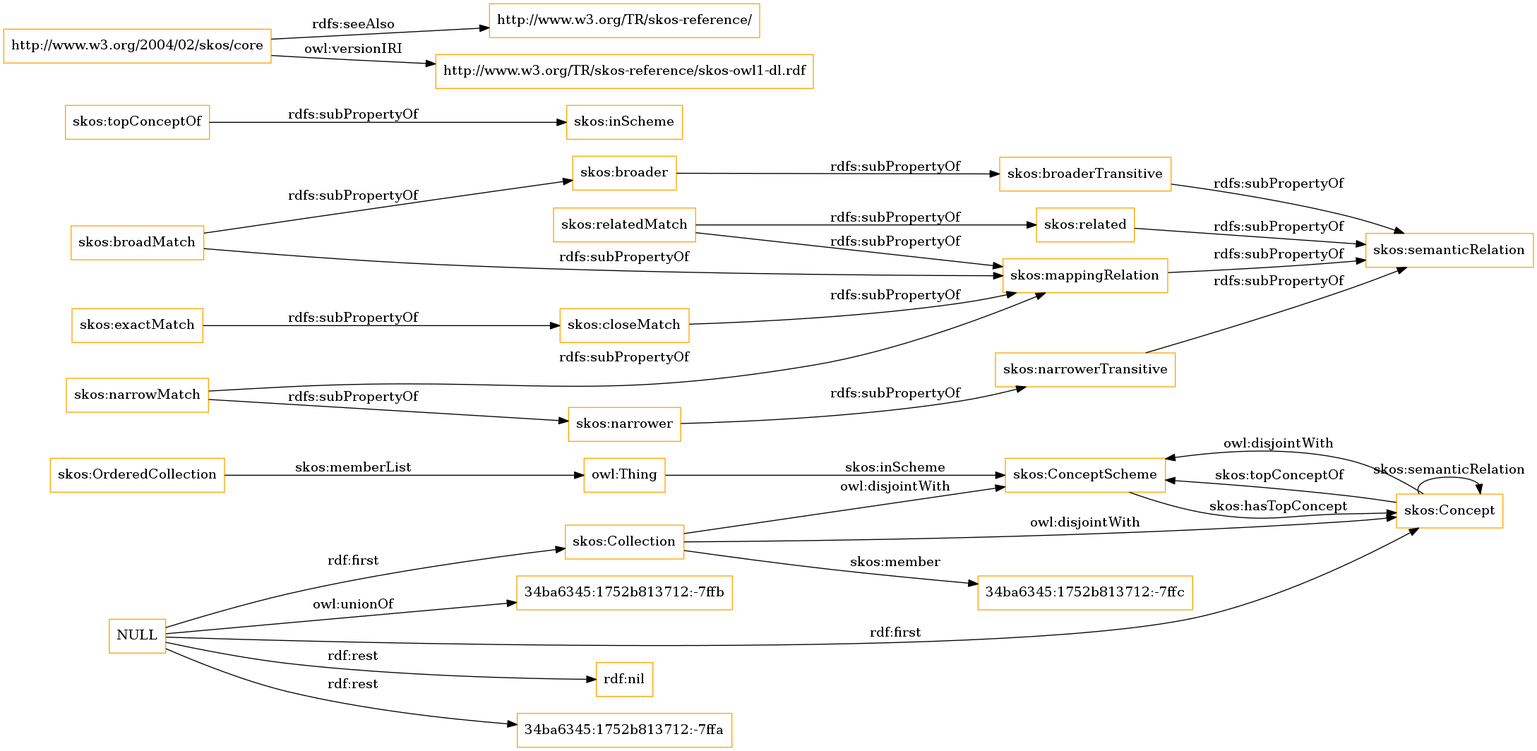
Earlier version of the Graphviz export OnToology/imports/skos.owl/diagrams/ar2dtool-class/skos.owl.png (OnToologyUser/core-ontology-1). Its source is kept beside it as OnToology/imports/skos.owl/diagrams/ar2dtool-class/skos.owl.png.dot.
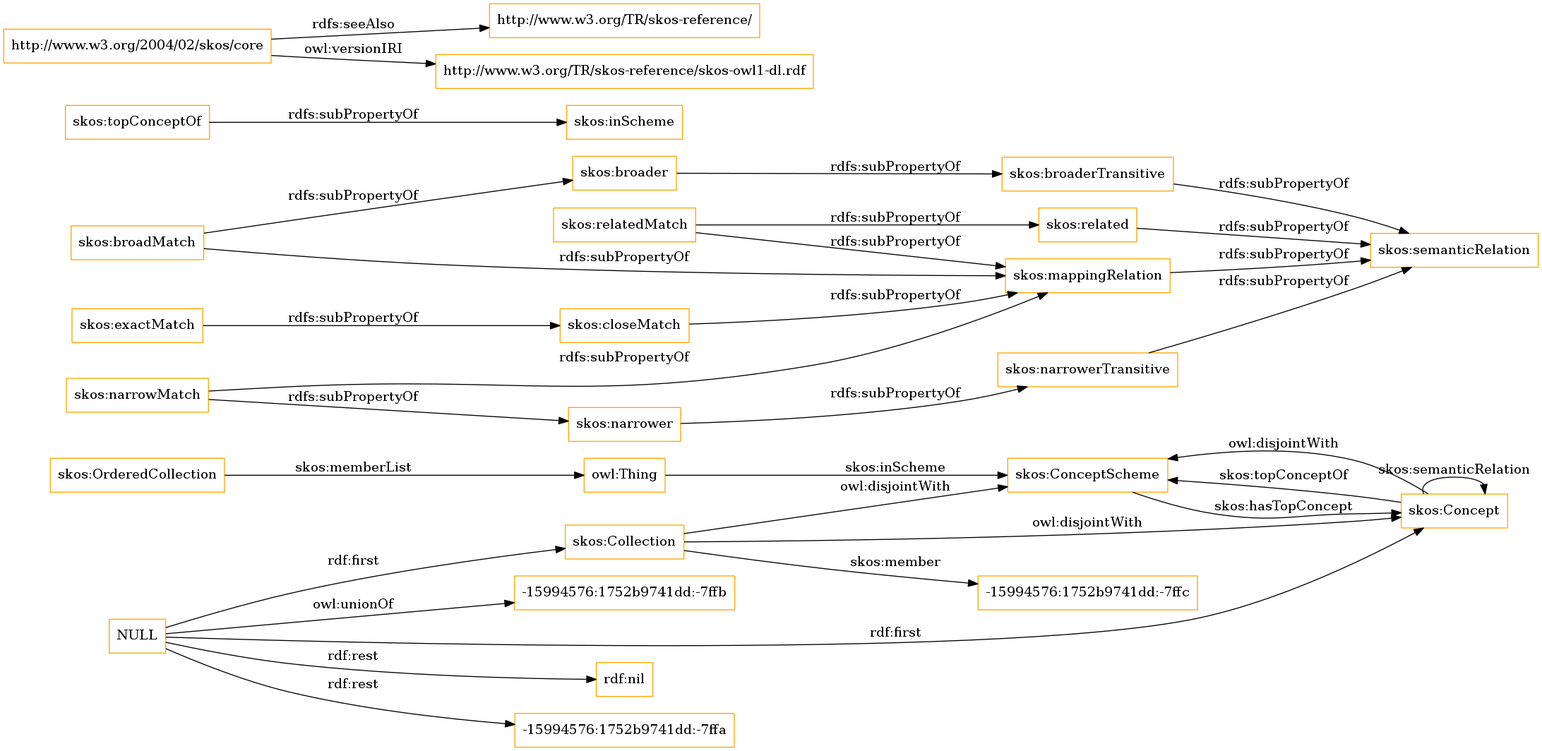
After the change.

The edit, as a diff of the source:
```diff
@@ -1,13 +1,13 @@
 digraph ar2dtool_diagram {
 rankdir=LR;
 size="1501"
-node [shape = rectangle, color="orange"]; "skos:OrderedCollection" "skos:ConceptScheme" "skos:Concept" "skos:Collection" "34ba6345:1752b813712:-7ffc" ; /*classes style*/
+node [shape = rectangle, color="orange"]; "skos:OrderedCollection" "skos:ConceptScheme" "skos:Concept" "skos:Collection" "-15994576:1752b9741dd:-7ffc" ; /*classes style*/
 	"skos:narrowerTransitive" -> "skos:semanticRelation" [ label = "rdfs:subPropertyOf" ];
 	"NULL" -> "rdf:nil" [ label = "rdf:rest" ];
 	"NULL" -> "skos:Concept" [ label = "rdf:first" ];
-	"NULL" -> "34ba6345:1752b813712:-7ffa" [ label = "rdf:rest" ];
+	"NULL" -> "-15994576:1752b9741dd:-7ffa" [ label = "rdf:rest" ];
 	"NULL" -> "skos:Collection" [ label = "rdf:first" ];
-	"NULL" -> "34ba6345:1752b813712:-7ffb" [ label = "owl:unionOf" ];
+	"NULL" -> "-15994576:1752b9741dd:-7ffb" [ label = "owl:unionOf" ];
 	"skos:closeMatch" -> "skos:mappingRelation" [ label = "rdfs:subPropertyOf" ];
 	"skos:Concept" -> "skos:ConceptScheme" [ label = "owl:disjointWith" ];
 	"skos:relatedMatch" -> "skos:related" [ label = "rdfs:subPropertyOf" ];
@@ -30,7 +30,7 @@
 	"skos:OrderedCollection" -> "owl:Thing" [ label = "skos:memberList" ];
 	"skos:Concept" -> "skos:ConceptScheme" [ label = "skos:topConceptOf" ];
 	"skos:Concept" -> "skos:Concept" [ label = "skos:semanticRelation" ];
-	"skos:Collection" -> "34ba6345:1752b813712:-7ffc" [ label = "skos:member" ];
+	"skos:Collection" -> "-15994576:1752b9741dd:-7ffc" [ label = "skos:member" ];
 	"skos:ConceptScheme" -> "skos:Concept" [ label = "skos:hasTopConcept" ];
 	"owl:Thing" -> "skos:ConceptScheme" [ label = "skos:inScheme" ];
 
```
